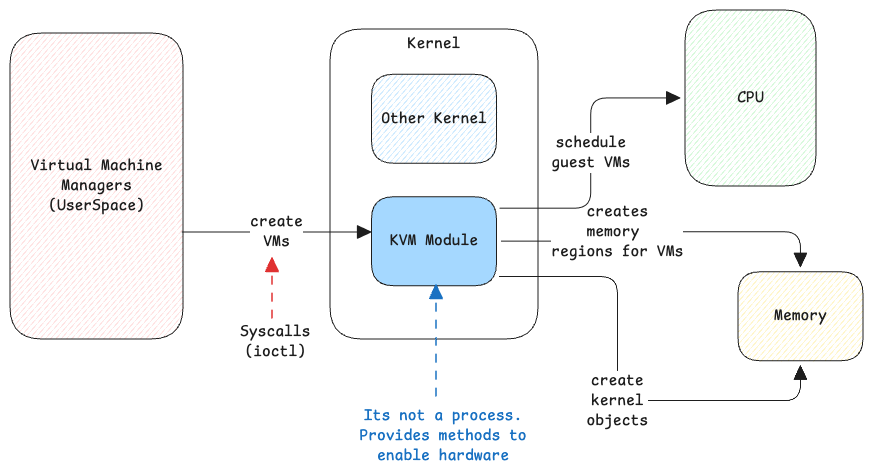
swaroopar/inprogress-engineer keeps this Excalidraw diagram as static/img/linux-kvm.excalidraw.png. Above is the earlier version. Source tidied: one line per element, renumbered; positions are measured from the earlier drawing's top-left corner, leaving out a move shared by most shapes.
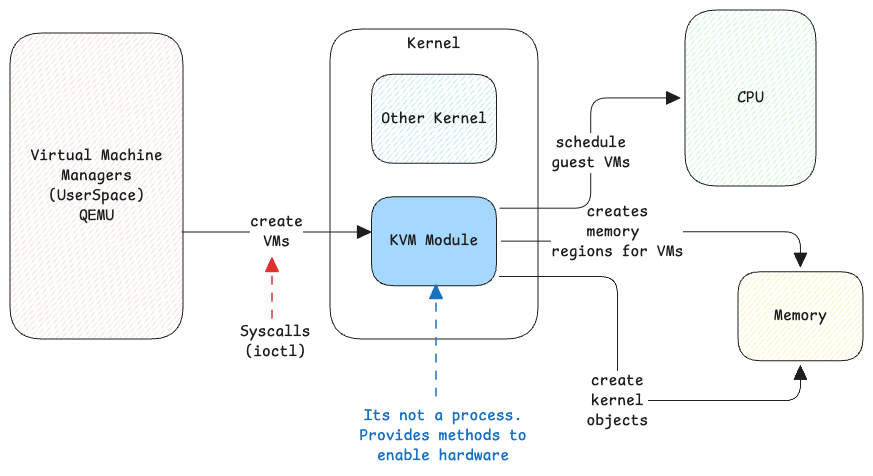
After the change.

What changed in the source:
```diff
@@ -9,7 +9,7 @@
 {"id": 8, "type": "rectangle", "strokeColor": "#1e1e1e", "backgroundColor": "#ffec99", "fillStyle": "hachure", "strokeWidth": 1, "roughness": 0, "round": true, "x": 728, "y": 262, "width": 125, "height": 89}
 {"id": 9, "type": "text", "text": "Memory", "strokeColor": "#1e1e1e", "strokeWidth": 1, "roughness": 0, "fontSize": 16, "fontFamily": 8, "textAlign": "center", "verticalAlign": "middle", "inside": 8, "x": 764, "y": 296, "width": 53, "height": 20}
 {"id": 10, "type": "rectangle", "strokeColor": "#1e1e1e", "backgroundColor": "#ffc9c9", "fillStyle": "hachure", "strokeWidth": 1, "roughness": 0, "round": true, "x": 0, "y": 23, "width": 173, "height": 306}
-{"id": 11, "type": "text", "text": "Virtual Machine\nManagers\n(UserSpace)", "strokeColor": "#1e1e1e", "backgroundColor": "#ffc9c9", "fillStyle": "hachure", "strokeWidth": 1, "roughness": 0, "fontSize": 16, "fontFamily": 8, "textAlign": "center", "verticalAlign": "middle", "inside": 10, "x": 21, "y": 146, "width": 132, "height": 60}
+{"id": 11, "type": "text", "text": "Virtual Machine\nManagers\n(UserSpace)\nQEMU", "strokeColor": "#1e1e1e", "backgroundColor": "#ffc9c9", "fillStyle": "hachure", "strokeWidth": 1, "roughness": 0, "fontSize": 16, "fontFamily": 8, "textAlign": "center", "verticalAlign": "middle", "inside": 10, "x": 21, "y": 136, "width": 132, "height": 80}
 {"id": 12, "type": "arrow", "strokeColor": "#1e1e1e", "backgroundColor": "#ffc9c9", "fillStyle": "hachure", "strokeWidth": 1, "roughness": 0, "endArrowhead": "triangle", "x": 172, "y": 222, "width": 189, "height": 0, "points": [[0, 0], [189, 0]]}
 {"id": 13, "type": "text", "text": "create\nVMs", "strokeColor": "#1e1e1e", "backgroundColor": "#ffc9c9", "fillStyle": "hachure", "strokeWidth": 1, "roughness": 0, "fontSize": 16, "fontFamily": 8, "textAlign": "center", "verticalAlign": "middle", "inside": 12, "x": 240, "y": 202, "width": 53, "height": 40}
 {"id": 14, "type": "arrow", "strokeColor": "#1e1e1e", "backgroundColor": "#ffc9c9", "fillStyle": "hachure", "strokeWidth": 1, "roughness": 0, "endArrowhead": "triangle", "from": 4, "to": 8, "x": 489, "y": 267, "width": 301, "height": 124, "points": [[0, 0], [118, 0], [118, 124], [301, 124], [301, 89]]}
```
